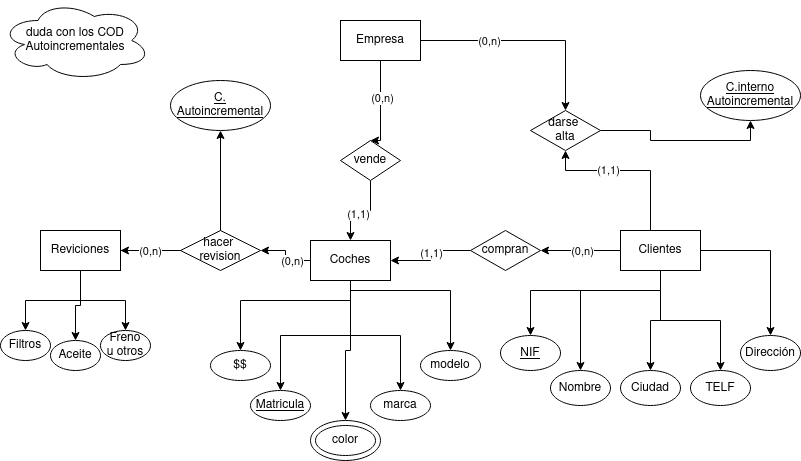
Before: Ejercicios/images/Diagrama_BAE_E3.drawio.png, a diagram exported from draw.io (adogonz23/BAE). Source tidied: cells renumbered, new cells last; positions are measured from the earlier drawing's top-left corner, leaving out a move shared by most shapes.
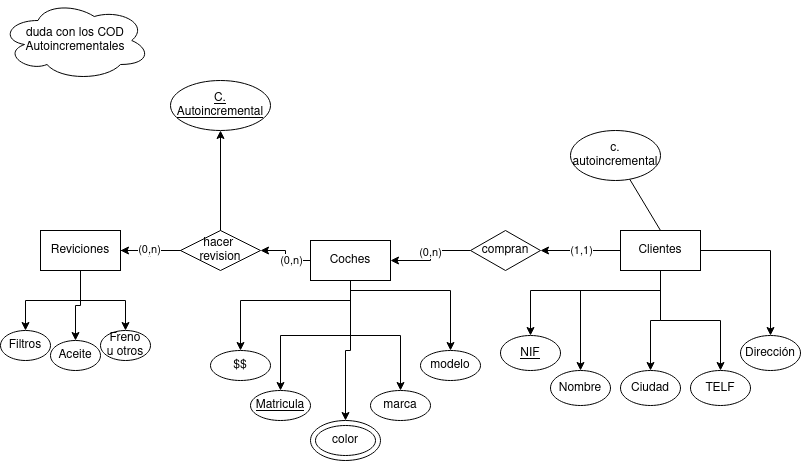
The same diagram one commit later.

What changed in the source:
```diff
@@ -2,25 +2,6 @@
   <root>
     <mxCell id="0" />
     <mxCell id="1" parent="0" />
-    <mxCell id="2" style="edgeStyle=orthogonalEdgeStyle;rounded=0;jettySize=auto;html=1;entryX=0.5;entryY=0;entryDx=0;entryDy=0;" parent="1" edge="1" source="6" target="28">
-      <mxGeometry relative="1" as="geometry">
-        <Array as="points">
-          <mxPoint x="380" y="140" />
-        </Array>
-      </mxGeometry>
-    </mxCell>
-    <mxCell id="3" value="(0,n)" style="edgeLabel;html=1;align=center;verticalAlign=middle;" parent="2" vertex="1">
-      <mxGeometry x="-0.18" y="1" relative="1" as="geometry" />
-    </mxCell>
-    <mxCell id="4" style="edgeStyle=orthogonalEdgeStyle;rounded=0;jettySize=auto;html=1;entryX=0.5;entryY=0;entryDx=0;entryDy=0;" parent="1" edge="1" source="6" target="40">
-      <mxGeometry relative="1" as="geometry" />
-    </mxCell>
-    <mxCell id="5" value="(0,n)" style="edgeLabel;html=1;align=center;verticalAlign=middle;" parent="4" vertex="1">
-      <mxGeometry x="-0.37" relative="1" as="geometry" />
-    </mxCell>
-    <mxCell id="6" value="Empresa" style="rounded=0;whiteSpace=wrap;html=1;" parent="1" vertex="1">
-      <mxGeometry x="340" y="20" width="80" height="40" as="geometry" />
-    </mxCell>
     <mxCell id="7" style="edgeStyle=orthogonalEdgeStyle;rounded=0;jettySize=auto;html=1;entryX=1;entryY=0.5;entryDx=0;entryDy=0;" parent="1" edge="1" source="14" target="39">
       <mxGeometry relative="1" as="geometry" />
     </mxCell>
@@ -58,20 +39,9 @@
     <mxCell id="15" style="edgeStyle=orthogonalEdgeStyle;rounded=0;jettySize=auto;html=1;entryX=1;entryY=0.5;entryDx=0;entryDy=0;" parent="1" edge="1" source="25" target="36">
       <mxGeometry relative="1" as="geometry" />
     </mxCell>
-    <mxCell id="16" value="(0,n)" style="edgeLabel;html=1;align=center;verticalAlign=middle;" parent="15" vertex="1">
+    <mxCell id="16" value="(1,1)" style="edgeLabel;html=1;align=center;verticalAlign=middle;" parent="15" vertex="1">
       <mxGeometry x="-0.03" relative="1" as="geometry" />
     </mxCell>
-    <mxCell id="17" style="edgeStyle=orthogonalEdgeStyle;rounded=0;jettySize=auto;html=1;entryX=0.5;entryY=1;entryDx=0;entryDy=0;" parent="1" edge="1" source="25" target="40">
-      <mxGeometry relative="1" as="geometry">
-        <Array as="points">
-          <mxPoint x="650" y="170" />
-          <mxPoint x="565" y="170" />
-        </Array>
-      </mxGeometry>
-    </mxCell>
-    <mxCell id="18" value="(1,1)" style="edgeLabel;html=1;align=center;verticalAlign=middle;" parent="17" vertex="1">
-      <mxGeometry x="0.25" y="-1" relative="1" as="geometry" />
-    </mxCell>
     <mxCell id="19" style="edgeStyle=orthogonalEdgeStyle;rounded=0;jettySize=auto;html=1;entryX=0.5;entryY=0;entryDx=0;entryDy=0;" parent="1" edge="1" source="25" target="51">
       <mxGeometry relative="1" as="geometry">
         <Array as="points">
@@ -97,21 +67,9 @@
     <mxCell id="23" style="edgeStyle=orthogonalEdgeStyle;rounded=0;jettySize=auto;html=1;entryX=0.5;entryY=0;entryDx=0;entryDy=0;" parent="1" edge="1" source="25" target="55">
       <mxGeometry relative="1" as="geometry" />
     </mxCell>
-    <mxCell id="24" style="edgeStyle=orthogonalEdgeStyle;rounded=0;jettySize=auto;html=1;entryX=0.5;entryY=1;entryDx=0;entryDy=0;exitX=1;exitY=0.5;exitDx=0;exitDy=0;" parent="1" edge="1" source="40" target="56">
-      <mxGeometry relative="1" as="geometry" />
-    </mxCell>
     <mxCell id="25" value="Clientes" style="rounded=0;whiteSpace=wrap;html=1;" parent="1" vertex="1">
       <mxGeometry x="620" y="230" width="80" height="40" as="geometry" />
     </mxCell>
-    <mxCell id="26" style="edgeStyle=orthogonalEdgeStyle;rounded=0;jettySize=auto;html=1;entryX=0.5;entryY=0;entryDx=0;entryDy=0;" parent="1" edge="1" source="28" target="14">
-      <mxGeometry relative="1" as="geometry" />
-    </mxCell>
-    <mxCell id="27" value="(1,1)" style="edgeLabel;html=1;align=center;verticalAlign=middle;" parent="26" vertex="1">
-      <mxGeometry x="0.07" y="3" relative="1" as="geometry" />
-    </mxCell>
-    <mxCell id="28" value="vende" style="rhombus;whiteSpace=wrap;html=1;" parent="1" vertex="1">
-      <mxGeometry x="340" y="140" width="60" height="40" as="geometry" />
-    </mxCell>
     <mxCell id="29" style="edgeStyle=orthogonalEdgeStyle;rounded=0;jettySize=auto;html=1;entryX=0.5;entryY=0;entryDx=0;entryDy=0;" parent="1" edge="1" source="33" target="41">
       <mxGeometry relative="1" as="geometry" />
     </mxCell>
@@ -130,7 +88,7 @@
     <mxCell id="34" style="edgeStyle=orthogonalEdgeStyle;rounded=0;jettySize=auto;html=1;entryX=1;entryY=0.5;entryDx=0;entryDy=0;" parent="1" edge="1" source="36" target="14">
       <mxGeometry relative="1" as="geometry" />
     </mxCell>
-    <mxCell id="35" value="(1,1)" style="edgeLabel;html=1;align=center;verticalAlign=middle;" parent="34" vertex="1">
+    <mxCell id="35" value="(0,n)" style="edgeLabel;html=1;align=center;verticalAlign=middle;" parent="34" vertex="1">
       <mxGeometry x="-0.07" relative="1" as="geometry" />
     </mxCell>
     <mxCell id="36" value="compran" style="rhombus;whiteSpace=wrap;html=1;" parent="1" vertex="1">
@@ -139,15 +97,15 @@
     <mxCell id="37" style="edgeStyle=orthogonalEdgeStyle;rounded=0;jettySize=auto;html=1;entryX=1;entryY=0.5;entryDx=0;entryDy=0;" parent="1" edge="1" source="39" target="33">
       <mxGeometry relative="1" as="geometry" />
     </mxCell>
-    <mxCell id="38" value="(0,n)" style="edgeLabel;html=1;align=center;verticalAlign=middle;" parent="37" vertex="1">
+    <mxCell id="38" value="()" style="edgeLabel;html=1;align=center;verticalAlign=middle;" parent="37" vertex="1">
       <mxGeometry x="0.03" relative="1" as="geometry" />
     </mxCell>
+    <mxCell id="58" value="(0,n)" style="edgeLabel;html=1;align=center;verticalAlign=middle;" parent="37" vertex="1">
+      <mxGeometry x="0.04" y="-1" relative="1" as="geometry" />
+    </mxCell>
     <mxCell id="39" value="hacer&amp;nbsp;&lt;br&gt;revision" style="rhombus;whiteSpace=wrap;html=1;" parent="1" vertex="1">
       <mxGeometry x="180" y="230" width="80" height="40" as="geometry" />
     </mxCell>
-    <mxCell id="40" value="darse&amp;nbsp;&lt;br&gt;alta" style="rhombus;whiteSpace=wrap;html=1;" parent="1" vertex="1">
-      <mxGeometry x="530" y="110" width="70" height="40" as="geometry" />
-    </mxCell>
     <mxCell id="41" value="Filtros" style="ellipse;whiteSpace=wrap;html=1;" parent="1" vertex="1">
       <mxGeometry y="330" width="50" height="30" as="geometry" />
     </mxCell>
@@ -193,11 +151,16 @@
     <mxCell id="55" value="Dirección" style="ellipse;whiteSpace=wrap;html=1;" parent="1" vertex="1">
       <mxGeometry x="740" y="335" width="60" height="35" as="geometry" />
     </mxCell>
-    <mxCell id="56" value="&lt;u&gt;C.interno&lt;br&gt;Autoincremental&lt;/u&gt;" style="ellipse;whiteSpace=wrap;html=1;" parent="1" vertex="1">
-      <mxGeometry x="700" y="70" width="100" height="50" as="geometry" />
-    </mxCell>
     <mxCell id="57" value="duda con los COD&lt;br&gt;Autoincrementales" style="ellipse;shape=cloud;whiteSpace=wrap;html=1;" parent="1" vertex="1">
       <mxGeometry width="150" height="80" as="geometry" />
     </mxCell>
+    <mxCell id="59" value="c. autoincremental" style="ellipse;whiteSpace=wrap;html=1;" parent="1" vertex="1">
+      <mxGeometry x="570" y="130" width="90" height="50" as="geometry" />
+    </mxCell>
+    <mxCell id="60" style="endArrow=none;html=1;rounded=0;" parent="1" edge="1" target="59">
+      <mxGeometry relative="1" as="geometry">
+        <mxPoint x="660" y="230" as="sourcePoint" />
+      </mxGeometry>
+    </mxCell>
   </root>
 </mxGraphModel>
```
